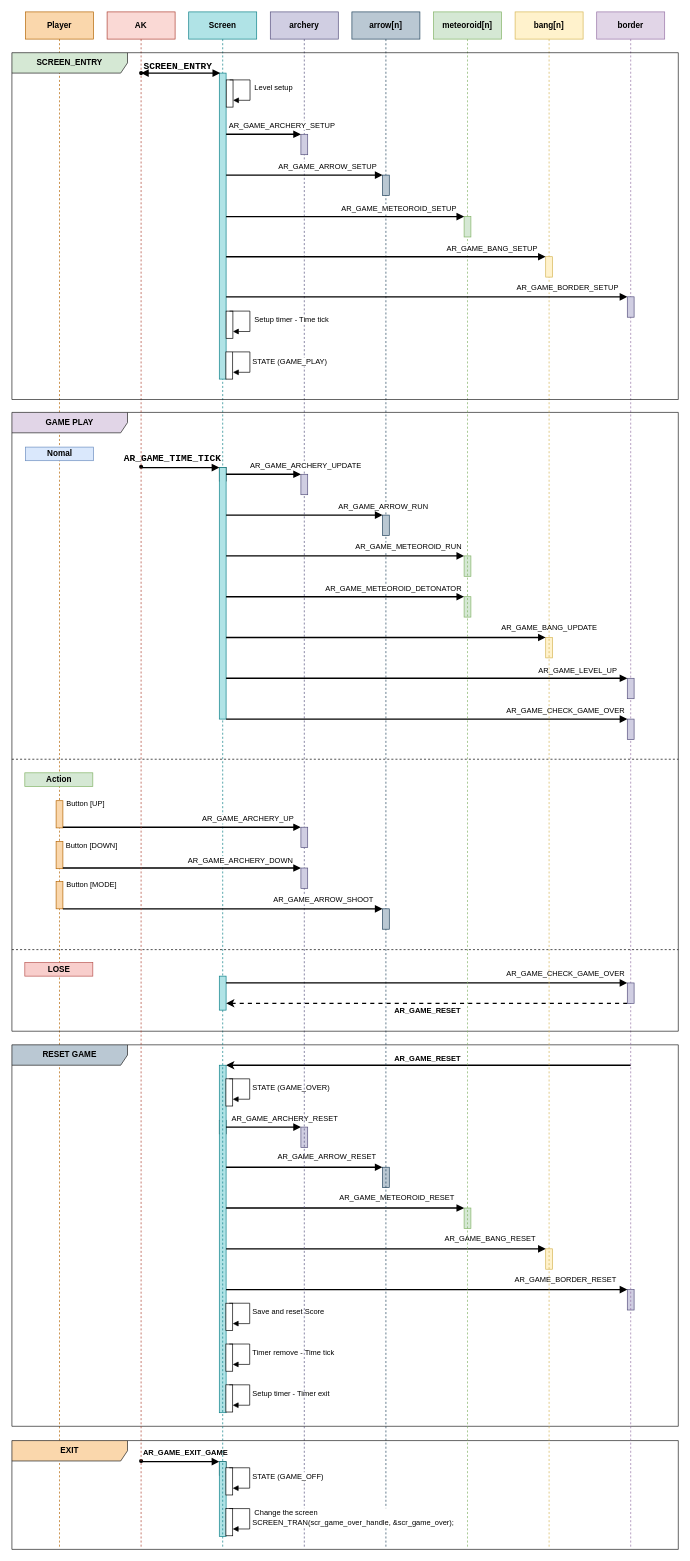
This is page "Page-3" (3 of 3) of All_game_UML.drawio from QuocBuu/drawio, a draw.io file, before an edit. Source tidied: cells renumbered, new cells numbered last; positions are measured from the earlier drawing's top-left corner, leaving out a move shared by most shapes. Both pictures are drawn from the tidied source at 68%, with x=0, y=0 at pixel (12, 12).
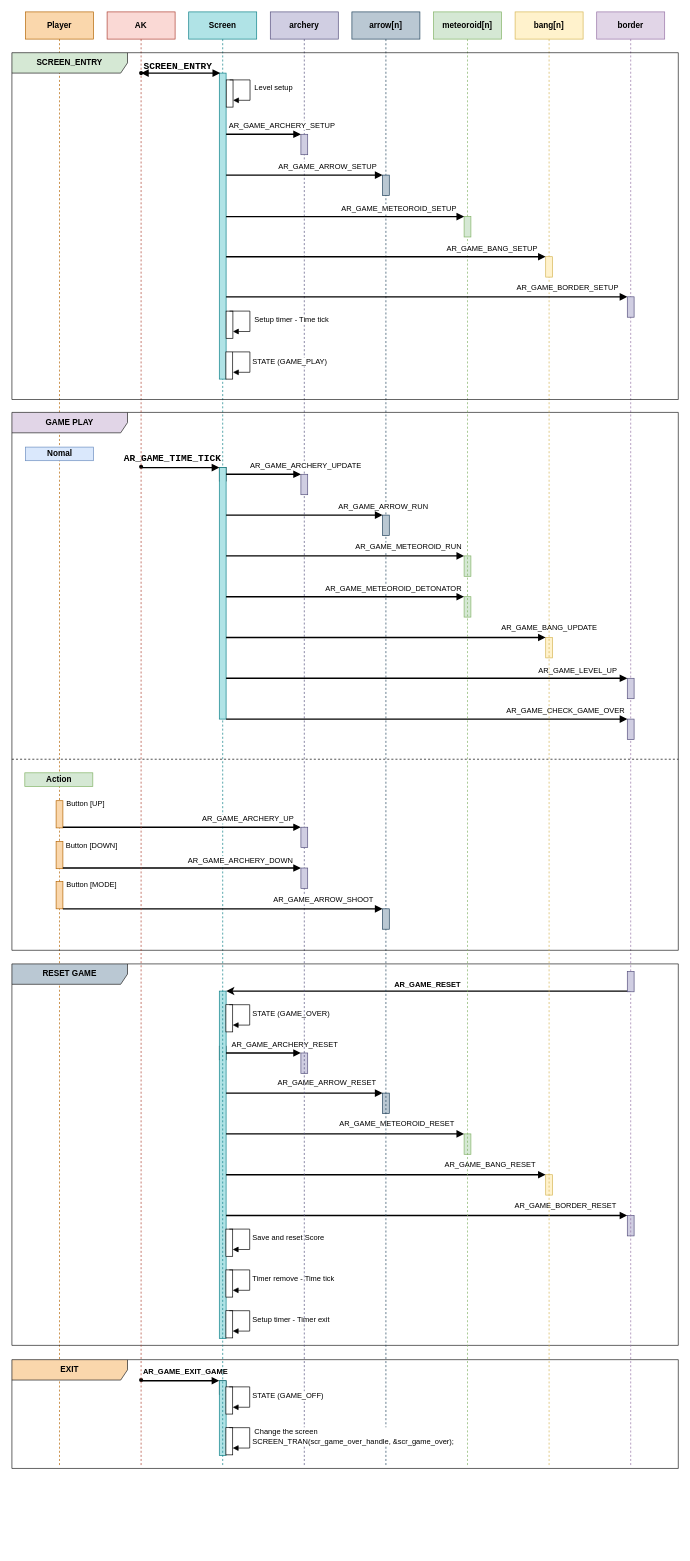
After the change.

Diff of the diagram source:
```diff
@@
     <mxCell id="2" value="&lt;b&gt;Player&lt;/b&gt;" style="shape=umlLifeline;perimeter=lifelinePerimeter;whiteSpace=wrap;html=1;newEdgeStyle={&quot;curved&quot;:0,&quot;rounded&quot;:0};fillColor=#fad7ac;strokeColor=#b46504;" parent="1" vertex="1">
-      <mxGeometry x="20" width="100" height="2260" as="geometry" />
+      <mxGeometry x="20" width="100" height="2140" as="geometry" />
     </mxCell>
     <mxCell id="3" style="html=1;points=[[0,0,0,0,5],[0,1,0,0,-5],[1,0,0,0,5],[1,1,0,0,-5]];perimeter=orthogonalPerimeter;outlineConnect=0;targetShapes=umlLifeline;portConstraint=eastwest;newEdgeStyle={&quot;curved&quot;:0,&quot;rounded&quot;:0};fillColor=#d0cee2;strokeColor=#56517e;" parent="2" vertex="1">
-      <mxGeometry x="405" y="1640" width="10" height="30" as="geometry" />
+      <mxGeometry x="405" y="1531" width="10" height="30" as="geometry" />
     </mxCell>
     <mxCell id="4" style="html=1;points=[[0,0,0,0,5],[0,1,0,0,-5],[1,0,0,0,5],[1,1,0,0,-5]];perimeter=orthogonalPerimeter;outlineConnect=0;targetShapes=umlLifeline;portConstraint=eastwest;newEdgeStyle={&quot;curved&quot;:0,&quot;rounded&quot;:0};fillColor=#d0cee2;strokeColor=#56517e;" parent="2" vertex="1">
-      <mxGeometry x="885" y="1879" width="10" height="30" as="geometry" />
+      <mxGeometry x="885" y="1770" width="10" height="30" as="geometry" />
     </mxCell>
     <mxCell id="5" style="html=1;perimeter=orthogonalPerimeter;targetShapes=umlLifeline;newEdgeStyle={&quot;curved&quot;:0,&quot;rounded&quot;:0};" parent="2" vertex="1">
-      <mxGeometry x="285" y="1630" width="10" height="20" as="geometry" />
+      <mxGeometry x="285" y="1521" width="10" height="20" as="geometry" />
     </mxCell>
     <mxCell id="6" style="html=1;points=[[0,0,0,0,5],[0,1,0,0,-5],[1,0,0,0,5],[1,1,0,0,-5]];perimeter=orthogonalPerimeter;outlineConnect=0;targetShapes=umlLifeline;portConstraint=eastwest;newEdgeStyle={&quot;curved&quot;:0,&quot;rounded&quot;:0};fillColor=#b0e3e6;strokeColor=#0e8088;" parent="2" vertex="1">
-      <mxGeometry x="285" y="1549" width="10" height="511" as="geometry" />
+      <mxGeometry x="285" y="1440" width="10" height="511" as="geometry" />
     </mxCell>
     <mxCell id="7" style="html=1;points=[[0,0,0,0,5],[0,1,0,0,-5],[1,0,0,0,5],[1,1,0,0,-5]];perimeter=orthogonalPerimeter;outlineConnect=0;targetShapes=umlLifeline;portConstraint=eastwest;newEdgeStyle={&quot;curved&quot;:0,&quot;rounded&quot;:0};fillColor=#bac8d3;strokeColor=#23445d;" parent="2" vertex="1">
-      <mxGeometry x="525" y="1699" width="10" height="30" as="geometry" />
+      <mxGeometry x="525" y="1590" width="10" height="30" as="geometry" />
     </mxCell>
     <mxCell id="8" style="html=1;points=[[0,0,0,0,5],[0,1,0,0,-5],[1,0,0,0,5],[1,1,0,0,-5]];perimeter=orthogonalPerimeter;outlineConnect=0;targetShapes=umlLifeline;portConstraint=eastwest;newEdgeStyle={&quot;curved&quot;:0,&quot;rounded&quot;:0};fillColor=#fff2cc;strokeColor=#d6b656;" parent="2" vertex="1">
-      <mxGeometry x="765" y="1819" width="10" height="30" as="geometry" />
+      <mxGeometry x="765" y="1710" width="10" height="30" as="geometry" />
     </mxCell>
     <mxCell id="9" style="html=1;points=[[0,0,0,0,5],[0,1,0,0,-5],[1,0,0,0,5],[1,1,0,0,-5]];perimeter=orthogonalPerimeter;outlineConnect=0;targetShapes=umlLifeline;portConstraint=eastwest;newEdgeStyle={&quot;curved&quot;:0,&quot;rounded&quot;:0};fillColor=#d5e8d4;strokeColor=#82b366;" parent="2" vertex="1">
-      <mxGeometry x="645" y="1759" width="10" height="30" as="geometry" />
+      <mxGeometry x="645" y="1650" width="10" height="30" as="geometry" />
     </mxCell>
     <mxCell id="10" style="html=1;verticalAlign=bottom;endArrow=block;curved=0;rounded=0;strokeWidth=2;" parent="2" edge="1" target="3">
       <mxGeometry relative="1" as="geometry">
-        <mxPoint x="295" y="1640" as="sourcePoint" />
+        <mxPoint x="295" y="1531" as="sourcePoint" />
         <Array as="points">
-          <mxPoint x="370" y="1640" />
+          <mxPoint x="370" y="1531" />
         </Array>
       </mxGeometry>
     </mxCell>
@@
     <mxCell id="12" style="html=1;verticalAlign=bottom;endArrow=block;curved=0;rounded=0;strokeWidth=2;" parent="2" edge="1" target="7">
       <mxGeometry x="0.43" y="20" relative="1" as="geometry">
-        <mxPoint x="295" y="1699" as="sourcePoint" />
+        <mxPoint x="295" y="1590" as="sourcePoint" />
         <Array as="points">
-          <mxPoint x="375" y="1699" />
+          <mxPoint x="375" y="1590" />
         </Array>
       </mxGeometry>
     </mxCell>
@@
     <mxCell id="14" style="html=1;verticalAlign=bottom;endArrow=block;curved=0;rounded=0;strokeWidth=2;" parent="2" edge="1" target="9">
       <mxGeometry x="0.69" relative="1" as="geometry">
-        <mxPoint x="295" y="1759" as="sourcePoint" />
+        <mxPoint x="295" y="1650" as="sourcePoint" />
         <Array as="points">
-          <mxPoint x="495" y="1759" />
+          <mxPoint x="495" y="1650" />
         </Array>
       </mxGeometry>
     </mxCell>
@@
     <mxCell id="16" style="html=1;verticalAlign=bottom;endArrow=block;curved=0;rounded=0;strokeWidth=2;" parent="2" edge="1" target="8">
       <mxGeometry x="0.77" relative="1" as="geometry">
-        <mxPoint x="295" y="1819" as="sourcePoint" />
+        <mxPoint x="295" y="1710" as="sourcePoint" />
         <Array as="points">
-          <mxPoint x="615" y="1819" />
+          <mxPoint x="615" y="1710" />
         </Array>
       </mxGeometry>
     </mxCell>
@@
     <mxCell id="18" style="html=1;verticalAlign=bottom;endArrow=block;curved=0;rounded=0;strokeWidth=2;" parent="2" edge="1" target="4">
       <mxGeometry x="0.81" relative="1" as="geometry">
-        <mxPoint x="295" y="1879" as="sourcePoint" />
+        <mxPoint x="295" y="1770" as="sourcePoint" />
         <Array as="points">
-          <mxPoint x="735" y="1879" />
+          <mxPoint x="735" y="1770" />
         </Array>
       </mxGeometry>
     </mxCell>
@@
     <mxCell id="20" value="&lt;b&gt;RESET GAME&lt;/b&gt;" style="shape=umlFrame;whiteSpace=wrap;html=1;width=170;fillColor=#bac8d3;strokeColor=#1E1E1E;" parent="2" vertex="1">
-      <mxGeometry x="-20" y="1519" width="980" height="561" as="geometry" />
+      <mxGeometry x="-20" y="1400" width="980" height="561" as="geometry" />
     </mxCell>
     <mxCell id="21" style="html=1;points=[[0,0,0,0,5],[0,1,0,0,-5],[1,0,0,0,5],[1,1,0,0,-5]];perimeter=orthogonalPerimeter;outlineConnect=0;targetShapes=umlLifeline;portConstraint=eastwest;newEdgeStyle={&quot;curved&quot;:0,&quot;rounded&quot;:0};" parent="20" vertex="1">
-      <mxGeometry x="314.7" y="440" width="10" height="40" as="geometry" />
+      <mxGeometry x="314.7" y="450" width="10" height="40" as="geometry" />
     </mxCell>
     <mxCell id="22" value="Timer remove - Time tick" style="html=1;align=left;spacingLeft=2;endArrow=block;rounded=0;edgeStyle=orthogonalEdgeStyle;curved=0;rounded=0;" parent="20" edge="1" target="21">
       <mxGeometry relative="1" as="geometry">
-        <mxPoint x="319.7" y="440" as="sourcePoint" />
+        <mxPoint x="319.7" y="450" as="sourcePoint" />
         <Array as="points">
-          <mxPoint x="349.7" y="470" />
+          <mxPoint x="349.7" y="480" />
         </Array>
       </mxGeometry>
     </mxCell>
     <mxCell id="23" style="html=1;points=[[0,0,0,0,5],[0,1,0,0,-5],[1,0,0,0,5],[1,1,0,0,-5]];perimeter=orthogonalPerimeter;outlineConnect=0;targetShapes=umlLifeline;portConstraint=eastwest;newEdgeStyle={&quot;curved&quot;:0,&quot;rounded&quot;:0};" parent="20" vertex="1">
-      <mxGeometry x="314.7" y="380" width="10" height="40" as="geometry" />
+      <mxGeometry x="314.7" y="390" width="10" height="40" as="geometry" />
     </mxCell>
     <mxCell id="24" value="Save and reset Score" style="html=1;align=left;spacingLeft=2;endArrow=block;rounded=0;edgeStyle=orthogonalEdgeStyle;curved=0;rounded=0;" parent="20" edge="1" target="23">
       <mxGeometry relative="1" as="geometry">
-        <mxPoint x="319.7" y="380" as="sourcePoint" />
+        <mxPoint x="319.7" y="390" as="sourcePoint" />
         <Array as="points">
-          <mxPoint x="349.7" y="410" />
+          <mxPoint x="349.7" y="420" />
         </Array>
       </mxGeometry>
     </mxCell>
     <mxCell id="25" style="html=1;points=[[0,0,0,0,5],[0,1,0,0,-5],[1,0,0,0,5],[1,1,0,0,-5]];perimeter=orthogonalPerimeter;outlineConnect=0;targetShapes=umlLifeline;portConstraint=eastwest;newEdgeStyle={&quot;curved&quot;:0,&quot;rounded&quot;:0};" parent="20" vertex="1">
-      <mxGeometry x="314.7" y="500" width="10" height="40" as="geometry" />
+      <mxGeometry x="314.7" y="510" width="10" height="40" as="geometry" />
     </mxCell>
     <mxCell id="26" value="Setup timer - Timer exit" style="html=1;align=left;spacingLeft=2;endArrow=block;rounded=0;edgeStyle=orthogonalEdgeStyle;curved=0;rounded=0;" parent="20" edge="1" target="25">
       <mxGeometry relative="1" as="geometry">
-        <mxPoint x="319.7" y="500" as="sourcePoint" />
+        <mxPoint x="319.7" y="510" as="sourcePoint" />
         <Array as="points">
-          <mxPoint x="349.7" y="530" />
+          <mxPoint x="349.7" y="540" />
         </Array>
       </mxGeometry>
     </mxCell>
     <mxCell id="27" style="html=1;points=[[0,0,0,0,5],[0,1,0,0,-5],[1,0,0,0,5],[1,1,0,0,-5]];perimeter=orthogonalPerimeter;outlineConnect=0;targetShapes=umlLifeline;portConstraint=eastwest;newEdgeStyle={&quot;curved&quot;:0,&quot;rounded&quot;:0};" parent="20" vertex="1">
-      <mxGeometry x="314.7" y="50" width="10" height="40" as="geometry" />
+      <mxGeometry x="314.7" y="60" width="10" height="40" as="geometry" />
     </mxCell>
     <mxCell id="28" value="STATE (GAME_OVER)" style="html=1;align=left;spacingLeft=2;endArrow=block;rounded=0;edgeStyle=orthogonalEdgeStyle;curved=0;rounded=0;" parent="20" edge="1" target="27">
       <mxGeometry relative="1" as="geometry">
-        <mxPoint x="319.7" y="50" as="sourcePoint" />
+        <mxPoint x="319.7" y="60" as="sourcePoint" />
         <Array as="points">
-          <mxPoint x="349.7" y="50" />
-          <mxPoint x="349.7" y="80" />
+          <mxPoint x="349.7" y="60" />
+          <mxPoint x="349.7" y="90" />
         </Array>
       </mxGeometry>
     </mxCell>
@@
     <mxCell id="30" style="edgeStyle=orthogonalEdgeStyle;rounded=0;jettySize=auto;html=1;curved=0;strokeWidth=2;" parent="2" edge="1" target="6">
       <mxGeometry relative="1" as="geometry">
-        <mxPoint x="890" y="1549" as="sourcePoint" />
+        <mxPoint x="890" y="1440" as="sourcePoint" />
         <Array as="points">
-          <mxPoint x="610" y="1549" />
-          <mxPoint x="610" y="1549" />
+          <mxPoint x="610" y="1440" />
+          <mxPoint x="610" y="1440" />
         </Array>
       </mxGeometry>
     </mxCell>
@@
     <mxCell id="32" value="&lt;b&gt;arrow[n]&lt;/b&gt;" style="shape=umlLifeline;perimeter=lifelinePerimeter;whiteSpace=wrap;html=1;newEdgeStyle={&quot;edgeStyle&quot;:&quot;elbowEdgeStyle&quot;,&quot;elbow&quot;:&quot;vertical&quot;,&quot;curved&quot;:0,&quot;rounded&quot;:0};fillColor=#bac8d3;strokeColor=#23445d;" parent="1" vertex="1">
-      <mxGeometry x="500" width="100" height="2260" as="geometry" />
+      <mxGeometry x="500" width="100" height="2140" as="geometry" />
     </mxCell>
@@
     <mxCell id="34" value="&lt;b&gt;archery&lt;/b&gt;" style="shape=umlLifeline;perimeter=lifelinePerimeter;whiteSpace=wrap;html=1;newEdgeStyle={&quot;edgeStyle&quot;:&quot;elbowEdgeStyle&quot;,&quot;elbow&quot;:&quot;vertical&quot;,&quot;curved&quot;:0,&quot;rounded&quot;:0};fillColor=#d0cee2;strokeColor=#56517e;" parent="1" vertex="1">
-      <mxGeometry x="380" width="100" height="2260" as="geometry" />
+      <mxGeometry x="380" width="100" height="2140" as="geometry" />
     </mxCell>
     <mxCell id="35" style="html=1;perimeter=orthogonalPerimeter;targetShapes=umlLifeline;newEdgeStyle={&quot;curved&quot;:0,&quot;rounded&quot;:0};" parent="34" vertex="1">
-      <mxGeometry x="-75" y="2132" width="10" height="20" as="geometry" />
+      <mxGeometry x="-75" y="2013" width="10" height="20" as="geometry" />
     </mxCell>
     <mxCell id="36" style="html=1;perimeter=orthogonalPerimeter;targetShapes=umlLifeline;newEdgeStyle={&quot;curved&quot;:0,&quot;rounded&quot;:0};fillColor=#b0e3e6;strokeColor=#0e8088;" parent="34" vertex="1">
-      <mxGeometry x="-75" y="2132" width="10" height="110" as="geometry" />
+      <mxGeometry x="-75" y="2013" width="10" height="110" as="geometry" />
     </mxCell>
     <mxCell id="37" style="html=1;align=left;spacingLeft=2;endArrow=block;rounded=0;edgeStyle=orthogonalEdgeStyle;curved=0;rounded=0;strokeWidth=2;" parent="34" edge="1">
       <mxGeometry x="-0.98" y="20" relative="1" as="geometry">
-        <mxPoint x="-190.5" y="2132" as="sourcePoint" />
-        <mxPoint x="-75" y="2132" as="targetPoint" />
+        <mxPoint x="-190.5" y="2013" as="sourcePoint" />
+        <mxPoint x="-75" y="2013" as="targetPoint" />
         <Array as="points">
-          <mxPoint x="-90" y="2132" />
-          <mxPoint x="-90" y="2132" />
+          <mxPoint x="-90" y="2013" />
+          <mxPoint x="-90" y="2013" />
         </Array>
       </mxGeometry>
     </mxCell>
@@
     <mxCell id="39" value="&lt;b&gt;EXIT&lt;/b&gt;" style="shape=umlFrame;whiteSpace=wrap;html=1;width=170;fillColor=#fad7ac;strokeColor=#1E1E1E;" parent="34" vertex="1">
-      <mxGeometry x="-380" y="2101" width="980" height="160" as="geometry" />
+      <mxGeometry x="-380" y="1982" width="980" height="160" as="geometry" />
     </mxCell>
@@
     <mxCell id="45" value="&lt;b&gt;border&lt;/b&gt;" style="shape=umlLifeline;perimeter=lifelinePerimeter;whiteSpace=wrap;html=1;newEdgeStyle={&quot;edgeStyle&quot;:&quot;elbowEdgeStyle&quot;,&quot;elbow&quot;:&quot;vertical&quot;,&quot;curved&quot;:0,&quot;rounded&quot;:0};fillColor=#e1d5e7;strokeColor=#9673a6;" parent="1" vertex="1">
-      <mxGeometry x="860" width="100" height="2260" as="geometry" />
+      <mxGeometry x="860" width="100" height="2140" as="geometry" />
     </mxCell>
@@
     <mxCell id="47" value="&lt;b&gt;Screen&lt;/b&gt;" style="shape=umlLifeline;perimeter=lifelinePerimeter;whiteSpace=wrap;html=1;newEdgeStyle={&quot;edgeStyle&quot;:&quot;elbowEdgeStyle&quot;,&quot;elbow&quot;:&quot;vertical&quot;,&quot;curved&quot;:0,&quot;rounded&quot;:0};fillColor=#b0e3e6;strokeColor=#0e8088;" parent="1" vertex="1">
-      <mxGeometry x="260" width="100" height="2260" as="geometry" />
+      <mxGeometry x="260" width="100" height="2140" as="geometry" />
     </mxCell>
@@
     <mxCell id="87" value="GAME PLAY" style="shape=umlFrame;whiteSpace=wrap;html=1;width=170;fillColor=#e1d5e7;strokeColor=#1E1E1E;fontStyle=1;" parent="47" vertex="1">
-      <mxGeometry x="-260" y="589" width="980" height="910" as="geometry" />
+      <mxGeometry x="-260" y="589" width="980" height="791" as="geometry" />
     </mxCell>
@@
-    <mxCell id="91" style="line;strokeWidth=1;dashed=1;labelPosition=center;verticalLabelPosition=bottom;align=left;verticalAlign=top;spacingLeft=20;spacingTop=15;html=1;whiteSpace=wrap;" parent="87" vertex="1">
-      <mxGeometry y="785" width="980" height="10" as="geometry" />
-    </mxCell>
-    <mxCell id="92" value="LOSE" style="text;html=1;fillColor=#f8cecc;strokeColor=#b85450;verticalAlign=middle;align=center;fontStyle=1;" parent="87" vertex="1">
-      <mxGeometry x="19" y="809" width="100" height="20" as="geometry" />
-    </mxCell>
@@
-    <mxCell id="98" value="AR_GAME_CHECK_GAME_OVER" style="edgeLabel;html=1;align=center;verticalAlign=middle;" parent="87" vertex="1">
-      <mxGeometry x="813.7" y="824" as="geometry" />
-    </mxCell>
-    <mxCell id="99" style="html=1;points=[[0,0,0,0,5],[0,1,0,0,-5],[1,0,0,0,5],[1,1,0,0,-5]];perimeter=orthogonalPerimeter;outlineConnect=0;targetShapes=umlLifeline;portConstraint=eastwest;newEdgeStyle={&quot;curved&quot;:0,&quot;rounded&quot;:0};fillColor=#b0e3e6;strokeColor=#0e8088;" parent="47" vertex="1">
-      <mxGeometry x="45" y="1418" width="10" height="50" as="geometry" />
-    </mxCell>
-    <mxCell id="100" style="edgeStyle=orthogonalEdgeStyle;rounded=0;jettySize=auto;html=1;curved=0;strokeWidth=2;dashed=1;" parent="47" edge="1" source="102" target="99">
-      <mxGeometry relative="1" as="geometry">
-        <Array as="points">
-          <mxPoint x="350" y="1458" />
-          <mxPoint x="350" y="1458" />
-        </Array>
-      </mxGeometry>
-    </mxCell>
-    <mxCell id="101" value="AR_GAME_RESET" style="edgeLabel;html=1;align=center;verticalAlign=middle;fontStyle=1;" parent="100" vertex="1">
-      <mxGeometry x="-0.16" y="-1" relative="1" as="geometry">
-        <mxPoint x="-47" y="11" as="offset" />
-      </mxGeometry>
-    </mxCell>
     <mxCell id="102" style="html=1;points=[[0,0,0,0,5],[0,1,0,0,-5],[1,0,0,0,5],[1,1,0,0,-5]];perimeter=orthogonalPerimeter;outlineConnect=0;targetShapes=umlLifeline;portConstraint=eastwest;newEdgeStyle={&quot;curved&quot;:0,&quot;rounded&quot;:0};fillColor=#d0cee2;strokeColor=#56517e;" parent="47" vertex="1">
-      <mxGeometry x="645" y="1428" width="10" height="30" as="geometry" />
+      <mxGeometry x="645" y="1411" width="10" height="30" as="geometry" />
     </mxCell>
-    <mxCell id="103" style="html=1;verticalAlign=bottom;endArrow=block;curved=0;rounded=0;strokeWidth=2;" parent="47" edge="1" target="102">
-      <mxGeometry x="0.81" relative="1" as="geometry">
-        <mxPoint x="55" y="1428" as="sourcePoint" />
-        <Array as="points">
-          <mxPoint x="495" y="1428" />
-        </Array>
-      </mxGeometry>
-    </mxCell>
@@
     <mxCell id="105" value="&lt;b&gt;meteoroid[n]&lt;/b&gt;" style="shape=umlLifeline;perimeter=lifelinePerimeter;whiteSpace=wrap;html=1;newEdgeStyle={&quot;edgeStyle&quot;:&quot;elbowEdgeStyle&quot;,&quot;elbow&quot;:&quot;vertical&quot;,&quot;curved&quot;:0,&quot;rounded&quot;:0};fillColor=#d5e8d4;strokeColor=#82b366;" parent="1" vertex="1">
-      <mxGeometry x="620" width="100" height="2260" as="geometry" />
+      <mxGeometry x="620" width="100" height="2140" as="geometry" />
     </mxCell>
@@
     <mxCell id="107" value="&lt;b&gt;bang[n]&lt;/b&gt;" style="shape=umlLifeline;perimeter=lifelinePerimeter;whiteSpace=wrap;html=1;newEdgeStyle={&quot;edgeStyle&quot;:&quot;elbowEdgeStyle&quot;,&quot;elbow&quot;:&quot;vertical&quot;,&quot;curved&quot;:0,&quot;rounded&quot;:0};fillColor=#fff2cc;strokeColor=#d6b656;" parent="1" vertex="1">
-      <mxGeometry x="740" width="100" height="2260" as="geometry" />
+      <mxGeometry x="740" width="100" height="2140" as="geometry" />
     </mxCell>
@@
     <mxCell id="109" value="&lt;b&gt;AK&lt;/b&gt;" style="shape=umlLifeline;perimeter=lifelinePerimeter;whiteSpace=wrap;html=1;newEdgeStyle={&quot;curved&quot;:0,&quot;rounded&quot;:0};fillColor=#fad9d5;strokeColor=#ae4132;" parent="1" vertex="1">
-      <mxGeometry x="140" width="100" height="2260" as="geometry" />
+      <mxGeometry x="140" width="100" height="2140" as="geometry" />
     </mxCell>
```
